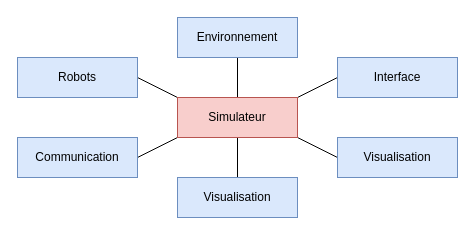
Earlier version of the draw.io diagram imgs/diagramme_pieuvre.drawio (Teusner/Forssea_Report). Source tidied: cells renumbered, new cells numbered last; positions are measured from the earlier drawing's top-left corner, leaving out a move shared by most shapes. Both pictures are drawn from the tidied source at 100%, with x=0, y=0 at pixel (17, 17).
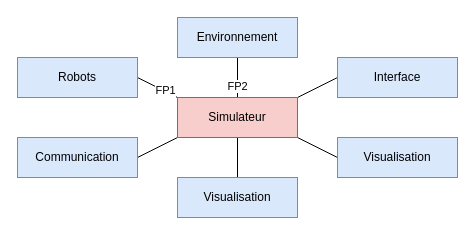
The same page after the edit.

Diff of the diagram source:
```diff
@@
 <mxGraphModel>
   <root>
     <mxCell id="0" />
     <mxCell id="1" parent="0" />
     <mxCell id="2" style="rounded=0;jettySize=auto;html=1;exitX=1;exitY=0;exitDx=0;exitDy=0;entryX=0;entryY=0.5;entryDx=0;entryDy=0;endArrow=none;endFill=0;" parent="1" edge="1" source="8" target="10">
       <mxGeometry relative="1" as="geometry" />
     </mxCell>
     <mxCell id="3" style="edgeStyle=none;rounded=0;jettySize=auto;html=1;exitX=0.5;exitY=0;exitDx=0;exitDy=0;entryX=0.5;entryY=1;entryDx=0;entryDy=0;endArrow=none;endFill=0;" parent="1" edge="1" source="8" target="9">
       <mxGeometry relative="1" as="geometry" />
     </mxCell>
+    <mxCell id="15" value="FP2" style="edgeLabel;html=1;align=center;verticalAlign=middle;" parent="3" vertex="1">
+      <mxGeometry x="-0.39" y="1" relative="1" as="geometry" />
+    </mxCell>
     <mxCell id="4" style="edgeStyle=none;rounded=0;jettySize=auto;html=1;exitX=0;exitY=0;exitDx=0;exitDy=0;entryX=1;entryY=0.5;entryDx=0;entryDy=0;endArrow=none;endFill=0;" parent="1" edge="1" source="8" target="11">
       <mxGeometry relative="1" as="geometry" />
     </mxCell>
+    <mxCell id="16" value="FP1" style="edgeLabel;html=1;align=center;verticalAlign=middle;" parent="4" vertex="1">
+      <mxGeometry x="-0.38" y="-1" relative="1" as="geometry" />
+    </mxCell>
     <mxCell id="5" style="edgeStyle=none;rounded=0;jettySize=auto;html=1;exitX=0;exitY=1;exitDx=0;exitDy=0;entryX=1;entryY=0.5;entryDx=0;entryDy=0;endArrow=none;endFill=0;" parent="1" edge="1" source="8" target="12">
       <mxGeometry relative="1" as="geometry" />
     </mxCell>
     <mxCell id="6" style="edgeStyle=none;rounded=0;jettySize=auto;html=1;exitX=0.5;exitY=1;exitDx=0;exitDy=0;entryX=0.5;entryY=0;entryDx=0;entryDy=0;endArrow=none;endFill=0;" parent="1" edge="1" source="8" target="13">
       <mxGeometry relative="1" as="geometry" />
     </mxCell>
     <mxCell id="7" style="edgeStyle=none;rounded=0;jettySize=auto;html=1;exitX=1;exitY=1;exitDx=0;exitDy=0;entryX=0;entryY=0.5;entryDx=0;entryDy=0;endArrow=none;endFill=0;" parent="1" edge="1" source="8" target="14">
       <mxGeometry relative="1" as="geometry" />
     </mxCell>
     <mxCell id="8" value="Simulateur" style="rounded=0;whiteSpace=wrap;html=1;fillColor=#f8cecc;strokeColor=#b85450;" parent="1" vertex="1">
       <mxGeometry x="160" y="80" width="120" height="40" as="geometry" />
     </mxCell>
     <mxCell id="9" value="Environnement" style="rounded=0;whiteSpace=wrap;html=1;fillColor=#dae8fc;strokeColor=#6c8ebf;" parent="1" vertex="1">
       <mxGeometry x="160" width="120" height="40" as="geometry" />
     </mxCell>
     <mxCell id="10" value="Interface" style="rounded=0;whiteSpace=wrap;html=1;fillColor=#dae8fc;strokeColor=#6c8ebf;" parent="1" vertex="1">
       <mxGeometry x="320" y="40" width="120" height="40" as="geometry" />
     </mxCell>
     <mxCell id="11" value="Robots" style="rounded=0;whiteSpace=wrap;html=1;fillColor=#dae8fc;strokeColor=#6c8ebf;" parent="1" vertex="1">
       <mxGeometry y="40" width="120" height="40" as="geometry" />
     </mxCell>
     <mxCell id="12" value="Communication" style="rounded=0;whiteSpace=wrap;html=1;fillColor=#dae8fc;strokeColor=#6c8ebf;" parent="1" vertex="1">
       <mxGeometry y="120" width="120" height="40" as="geometry" />
     </mxCell>
     <mxCell id="13" value="Visualisation" style="rounded=0;whiteSpace=wrap;html=1;fillColor=#dae8fc;strokeColor=#6c8ebf;" parent="1" vertex="1">
       <mxGeometry x="160" y="160" width="120" height="40" as="geometry" />
     </mxCell>
     <mxCell id="14" value="Visualisation" style="rounded=0;whiteSpace=wrap;html=1;fillColor=#dae8fc;strokeColor=#6c8ebf;" parent="1" vertex="1">
       <mxGeometry x="320" y="120" width="120" height="40" as="geometry" />
     </mxCell>
   </root>
 </mxGraphModel>
```
